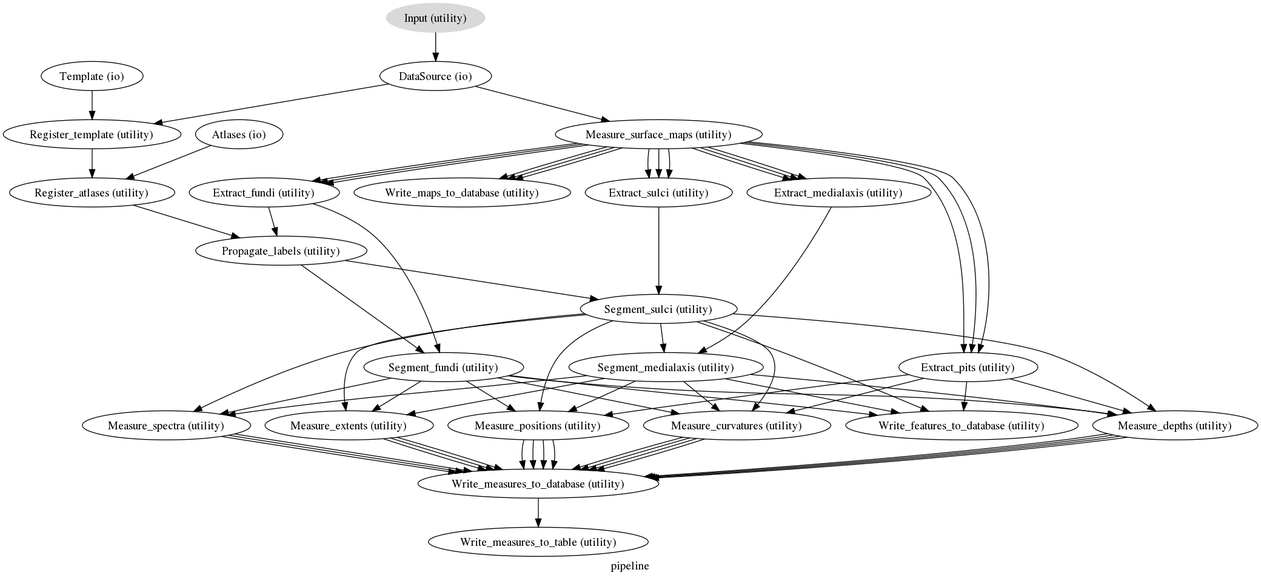
Earlier version of the Graphviz export pipeline/graph.dot.png (nipy/mindboggle). Its source is kept beside it as pipeline/graph.dot.
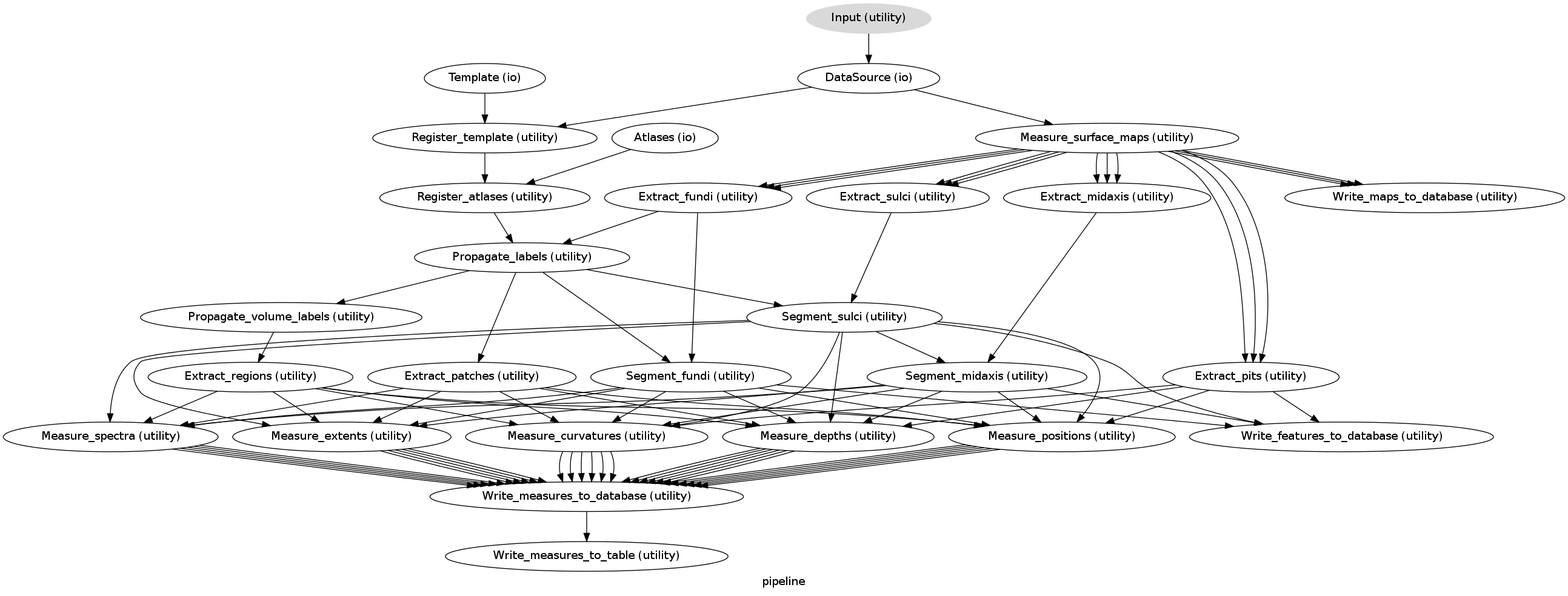
After the commit.

Commit message:
pipeline: added labeled patches and regions

Diff of the diagram source:
```diff
@@ -1,84 +1,98 @@
 digraph pipeline{
   label="pipeline";
+  pipeline_Template[label="Template (io)"];
   pipeline_Atlases[label="Atlases (io)"];
-  pipeline_Template[label="Template (io)"];
   pipeline_Input[label="Input (utility)", style=filled, colorscheme=greys7 color=2];
   pipeline_DataSource[label="DataSource (io)"];
-  pipeline_Measure_surface_maps[label="Measure_surface_maps (utility)"];
-  pipeline_Extract_sulci[label="Extract_sulci (utility)"];
-  pipeline_Extract_medialaxis[label="Extract_medialaxis (utility)"];
-  pipeline_Extract_pits[label="Extract_pits (utility)"];
-  pipeline_Write_maps_to_database[label="Write_maps_to_database (utility)"];
-  pipeline_Extract_fundi[label="Extract_fundi (utility)"];
   pipeline_Register_template[label="Register_template (utility)"];
   pipeline_Register_atlases[label="Register_atlases (utility)"];
+  pipeline_Measure_surface_maps[label="Measure_surface_maps (utility)"];
+  pipeline_Extract_pits[label="Extract_pits (utility)"];
+  pipeline_Extract_sulci[label="Extract_sulci (utility)"];
+  pipeline_Extract_fundi[label="Extract_fundi (utility)"];
   pipeline_Propagate_labels[label="Propagate_labels (utility)"];
+  pipeline_Propagate_volume_labels[label="Propagate_volume_labels (utility)"];
+  pipeline_Extract_regions[label="Extract_regions (utility)"];
+  pipeline_Segment_sulci[label="Segment_sulci (utility)"];
+  pipeline_Extract_patches[label="Extract_patches (utility)"];
   pipeline_Segment_fundi[label="Segment_fundi (utility)"];
-  pipeline_Segment_sulci[label="Segment_sulci (utility)"];
-  pipeline_Segment_medialaxis[label="Segment_medialaxis (utility)"];
-  pipeline_Measure_curvatures[label="Measure_curvatures (utility)"];
-  pipeline_Write_features_to_database[label="Write_features_to_database (utility)"];
+  pipeline_Write_maps_to_database[label="Write_maps_to_database (utility)"];
+  pipeline_Extract_midaxis[label="Extract_midaxis (utility)"];
+  pipeline_Segment_midaxis[label="Segment_midaxis (utility)"];
   pipeline_Measure_depths[label="Measure_depths (utility)"];
   pipeline_Measure_positions[label="Measure_positions (utility)"];
+  pipeline_Write_features_to_database[label="Write_features_to_database (utility)"];
   pipeline_Measure_extents[label="Measure_extents (utility)"];
   pipeline_Measure_spectra[label="Measure_spectra (utility)"];
+  pipeline_Measure_curvatures[label="Measure_curvatures (utility)"];
   pipeline_Write_measures_to_database[label="Write_measures_to_database (utility)"];
   pipeline_Write_measures_to_table[label="Write_measures_to_table (utility)"];
+  pipeline_Template -> pipeline_Register_template;
   pipeline_Atlases -> pipeline_Register_atlases;
-  pipeline_Template -> pipeline_Register_template;
   pipeline_Input -> pipeline_DataSource;
+  pipeline_DataSource -> pipeline_Measure_surface_maps;
   pipeline_DataSource -> pipeline_Register_template;
-  pipeline_DataSource -> pipeline_Measure_surface_maps;
+  pipeline_Register_template -> pipeline_Register_atlases;
+  pipeline_Register_atlases -> pipeline_Propagate_labels;
+  pipeline_Measure_surface_maps -> pipeline_Extract_pits;
+  pipeline_Measure_surface_maps -> pipeline_Extract_pits;
+  pipeline_Measure_surface_maps -> pipeline_Extract_pits;
   pipeline_Measure_surface_maps -> pipeline_Extract_sulci;
   pipeline_Measure_surface_maps -> pipeline_Extract_sulci;
   pipeline_Measure_surface_maps -> pipeline_Extract_sulci;
-  pipeline_Measure_surface_maps -> pipeline_Extract_medialaxis;
-  pipeline_Measure_surface_maps -> pipeline_Extract_medialaxis;
-  pipeline_Measure_surface_maps -> pipeline_Extract_medialaxis;
-  pipeline_Measure_surface_maps -> pipeline_Extract_pits;
-  pipeline_Measure_surface_maps -> pipeline_Extract_pits;
-  pipeline_Measure_surface_maps -> pipeline_Extract_pits;
   pipeline_Measure_surface_maps -> pipeline_Write_maps_to_database;
   pipeline_Measure_surface_maps -> pipeline_Write_maps_to_database;
   pipeline_Measure_surface_maps -> pipeline_Write_maps_to_database;
+  pipeline_Measure_surface_maps -> pipeline_Extract_midaxis;
+  pipeline_Measure_surface_maps -> pipeline_Extract_midaxis;
+  pipeline_Measure_surface_maps -> pipeline_Extract_midaxis;
   pipeline_Measure_surface_maps -> pipeline_Extract_fundi;
   pipeline_Measure_surface_maps -> pipeline_Extract_fundi;
   pipeline_Measure_surface_maps -> pipeline_Extract_fundi;
-  pipeline_Extract_sulci -> pipeline_Segment_sulci;
-  pipeline_Extract_medialaxis -> pipeline_Segment_medialaxis;
   pipeline_Extract_pits -> pipeline_Measure_positions;
   pipeline_Extract_pits -> pipeline_Write_features_to_database;
   pipeline_Extract_pits -> pipeline_Measure_depths;
   pipeline_Extract_pits -> pipeline_Measure_curvatures;
+  pipeline_Extract_sulci -> pipeline_Segment_sulci;
   pipeline_Extract_fundi -> pipeline_Segment_fundi;
   pipeline_Extract_fundi -> pipeline_Propagate_labels;
-  pipeline_Register_template -> pipeline_Register_atlases;
-  pipeline_Register_atlases -> pipeline_Propagate_labels;
+  pipeline_Propagate_labels -> pipeline_Propagate_volume_labels;
+  pipeline_Propagate_labels -> pipeline_Segment_sulci;
   pipeline_Propagate_labels -> pipeline_Segment_fundi;
-  pipeline_Propagate_labels -> pipeline_Segment_sulci;
+  pipeline_Propagate_labels -> pipeline_Extract_patches;
+  pipeline_Propagate_volume_labels -> pipeline_Extract_regions;
+  pipeline_Extract_regions -> pipeline_Measure_spectra;
+  pipeline_Extract_regions -> pipeline_Measure_positions;
+  pipeline_Extract_regions -> pipeline_Measure_extents;
+  pipeline_Extract_regions -> pipeline_Measure_curvatures;
+  pipeline_Extract_regions -> pipeline_Measure_depths;
+  pipeline_Segment_sulci -> pipeline_Measure_curvatures;
+  pipeline_Segment_sulci -> pipeline_Measure_depths;
+  pipeline_Segment_sulci -> pipeline_Measure_spectra;
+  pipeline_Segment_sulci -> pipeline_Segment_midaxis;
+  pipeline_Segment_sulci -> pipeline_Measure_positions;
+  pipeline_Segment_sulci -> pipeline_Write_features_to_database;
+  pipeline_Segment_sulci -> pipeline_Measure_extents;
+  pipeline_Extract_patches -> pipeline_Measure_spectra;
+  pipeline_Extract_patches -> pipeline_Measure_positions;
+  pipeline_Extract_patches -> pipeline_Measure_extents;
+  pipeline_Extract_patches -> pipeline_Measure_curvatures;
+  pipeline_Extract_patches -> pipeline_Measure_depths;
   pipeline_Segment_fundi -> pipeline_Measure_curvatures;
+  pipeline_Segment_fundi -> pipeline_Measure_depths;
+  pipeline_Segment_fundi -> pipeline_Measure_spectra;
+  pipeline_Segment_fundi -> pipeline_Measure_positions;
   pipeline_Segment_fundi -> pipeline_Write_features_to_database;
-  pipeline_Segment_fundi -> pipeline_Measure_depths;
-  pipeline_Segment_fundi -> pipeline_Measure_positions;
   pipeline_Segment_fundi -> pipeline_Measure_extents;
-  pipeline_Segment_fundi -> pipeline_Measure_spectra;
-  pipeline_Segment_sulci -> pipeline_Measure_curvatures;
-  pipeline_Segment_sulci -> pipeline_Segment_medialaxis;
-  pipeline_Segment_sulci -> pipeline_Write_features_to_database;
-  pipeline_Segment_sulci -> pipeline_Measure_depths;
-  pipeline_Segment_sulci -> pipeline_Measure_positions;
-  pipeline_Segment_sulci -> pipeline_Measure_extents;
-  pipeline_Segment_sulci -> pipeline_Measure_spectra;
-  pipeline_Segment_medialaxis -> pipeline_Measure_curvatures;
-  pipeline_Segment_medialaxis -> pipeline_Write_features_to_database;
-  pipeline_Segment_medialaxis -> pipeline_Measure_depths;
-  pipeline_Segment_medialaxis -> pipeline_Measure_positions;
-  pipeline_Segment_medialaxis -> pipeline_Measure_extents;
-  pipeline_Segment_medialaxis -> pipeline_Measure_spectra;
-  pipeline_Measure_curvatures -> pipeline_Write_measures_to_database;
-  pipeline_Measure_curvatures -> pipeline_Write_measures_to_database;
-  pipeline_Measure_curvatures -> pipeline_Write_measures_to_database;
-  pipeline_Measure_curvatures -> pipeline_Write_measures_to_database;
+  pipeline_Extract_midaxis -> pipeline_Segment_midaxis;
+  pipeline_Segment_midaxis -> pipeline_Measure_curvatures;
+  pipeline_Segment_midaxis -> pipeline_Measure_depths;
+  pipeline_Segment_midaxis -> pipeline_Measure_spectra;
+  pipeline_Segment_midaxis -> pipeline_Measure_positions;
+  pipeline_Segment_midaxis -> pipeline_Write_features_to_database;
+  pipeline_Segment_midaxis -> pipeline_Measure_extents;
+  pipeline_Measure_depths -> pipeline_Write_measures_to_database;
+  pipeline_Measure_depths -> pipeline_Write_measures_to_database;
   pipeline_Measure_depths -> pipeline_Write_measures_to_database;
   pipeline_Measure_depths -> pipeline_Write_measures_to_database;
   pipeline_Measure_depths -> pipeline_Write_measures_to_database;
@@ -87,11 +101,23 @@
   pipeline_Measure_positions -> pipeline_Write_measures_to_database;
   pipeline_Measure_positions -> pipeline_Write_measures_to_database;
   pipeline_Measure_positions -> pipeline_Write_measures_to_database;
+  pipeline_Measure_positions -> pipeline_Write_measures_to_database;
+  pipeline_Measure_positions -> pipeline_Write_measures_to_database;
+  pipeline_Measure_extents -> pipeline_Write_measures_to_database;
+  pipeline_Measure_extents -> pipeline_Write_measures_to_database;
   pipeline_Measure_extents -> pipeline_Write_measures_to_database;
   pipeline_Measure_extents -> pipeline_Write_measures_to_database;
   pipeline_Measure_extents -> pipeline_Write_measures_to_database;
   pipeline_Measure_spectra -> pipeline_Write_measures_to_database;
   pipeline_Measure_spectra -> pipeline_Write_measures_to_database;
   pipeline_Measure_spectra -> pipeline_Write_measures_to_database;
+  pipeline_Measure_spectra -> pipeline_Write_measures_to_database;
+  pipeline_Measure_spectra -> pipeline_Write_measures_to_database;
+  pipeline_Measure_curvatures -> pipeline_Write_measures_to_database;
+  pipeline_Measure_curvatures -> pipeline_Write_measures_to_database;
+  pipeline_Measure_curvatures -> pipeline_Write_measures_to_database;
+  pipeline_Measure_curvatures -> pipeline_Write_measures_to_database;
+  pipeline_Measure_curvatures -> pipeline_Write_measures_to_database;
+  pipeline_Measure_curvatures -> pipeline_Write_measures_to_database;
   pipeline_Write_measures_to_database -> pipeline_Write_measures_to_table;
 }
```
